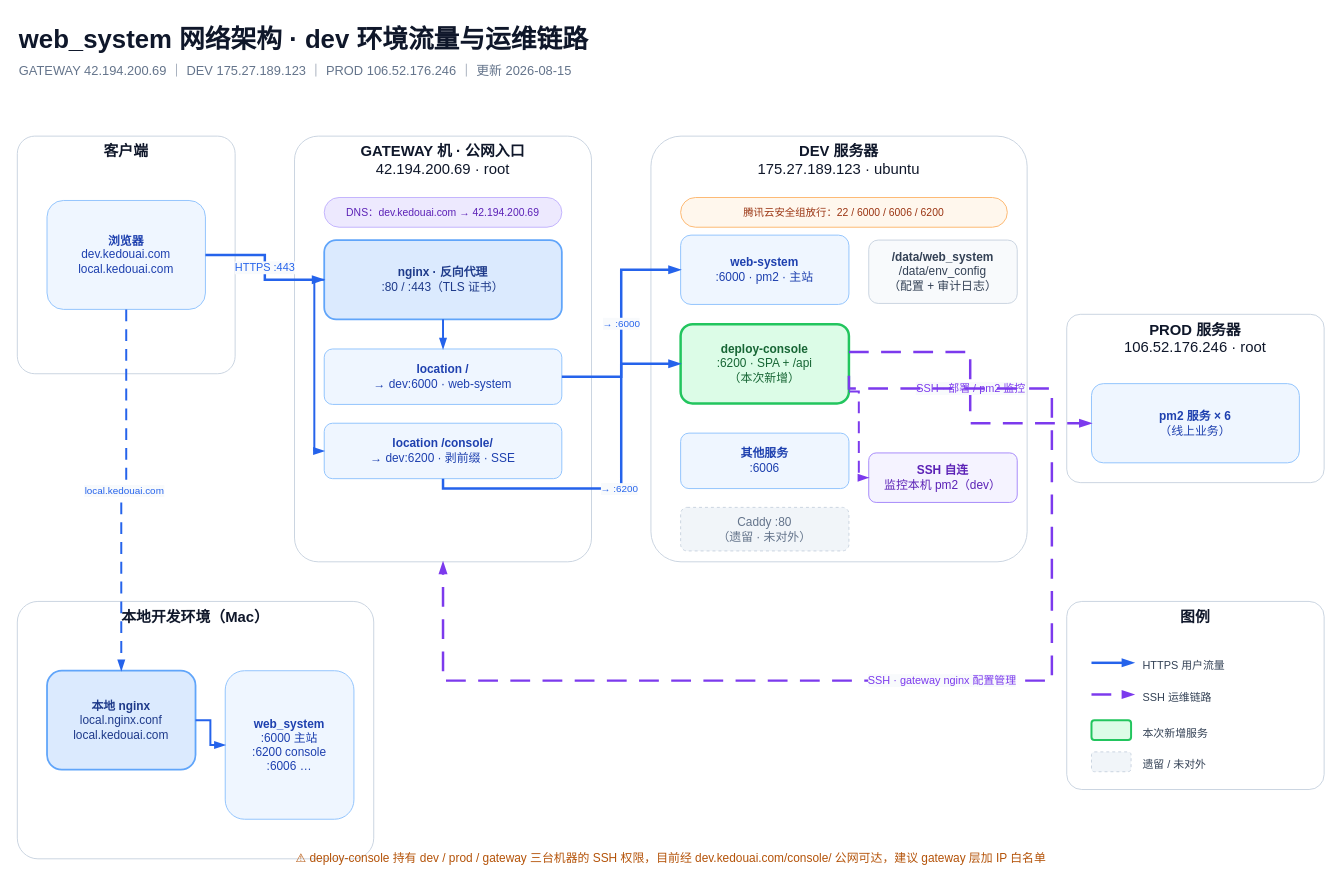
Earlier version of the draw.io diagram docs/architecture/kedou-network-architecture.drawio (web5/web_system). Source tidied: cells renumbered, new cells numbered last; positions are measured from the earlier drawing's top-left corner, leaving out a move shared by most shapes. Both pictures are drawn from the tidied source at 99%, with x=0, y=0 at pixel (17, 17).
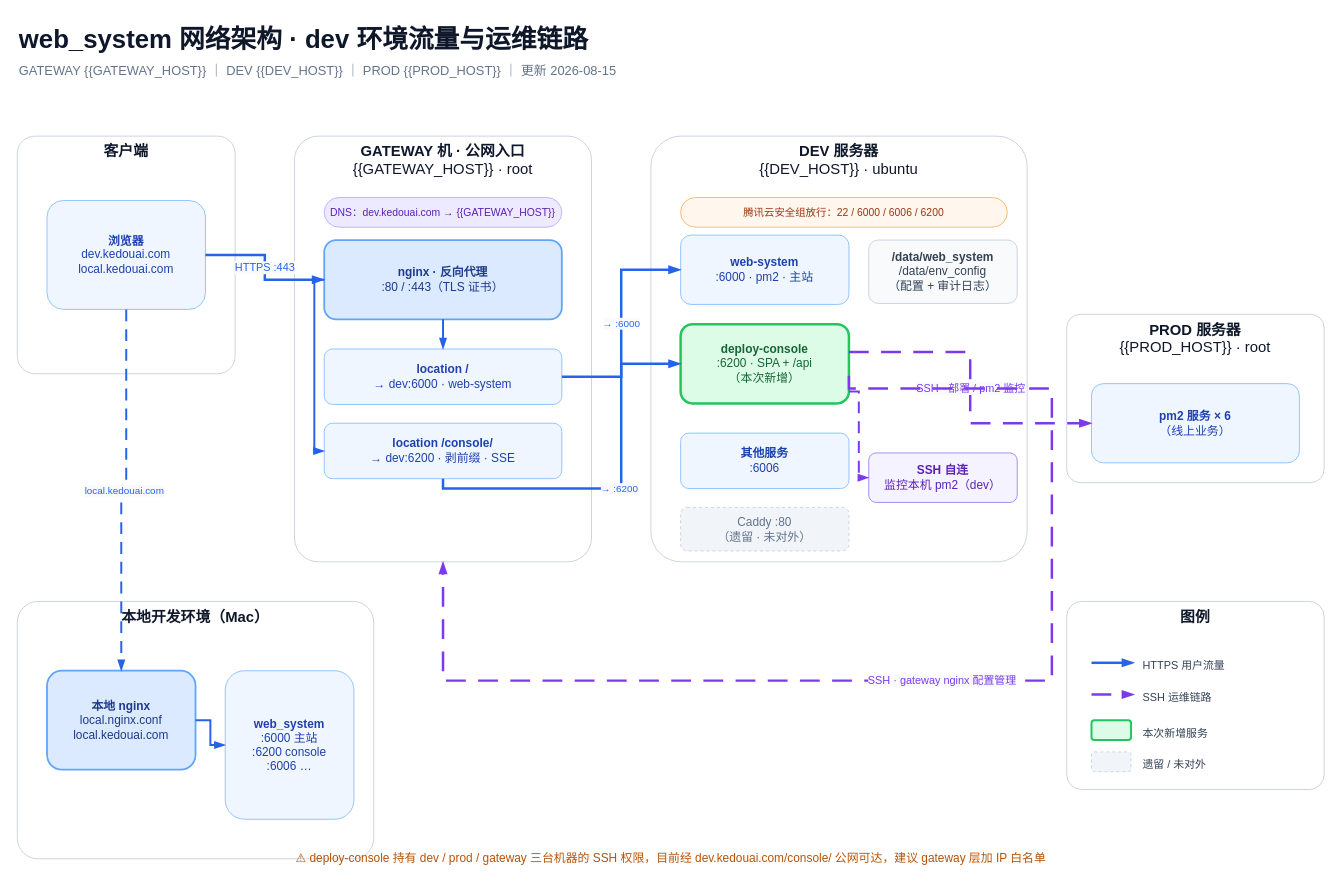
Above is the later version.

The edit, as a diff of the source:
```diff
@@
-    <mxCell id="3" value="GATEWAY 42.194.200.69 ｜ DEV 175.27.189.123 ｜ PROD 106.52.176.246 ｜ 更新 2026-08-15" style="text;html=1;fontSize=13;fontColor=#64748B;" parent="1" vertex="1">
+    <mxCell id="3" value="GATEWAY {{GATEWAY_HOST}} ｜ DEV {{DEV_HOST}} ｜ PROD {{PROD_HOST}} ｜ 更新 2026-08-15" style="text;html=1;fontSize=13;fontColor=#64748B;" parent="1" vertex="1">
       <mxGeometry y="40" width="800" height="24" as="geometry" />
     </mxCell>
@@
-    <mxCell id="6" value="&lt;b&gt;GATEWAY 机 · 公网入口&lt;/b&gt;&lt;br&gt;42.194.200.69 · root" style="rounded=1;whiteSpace=wrap;html=1;fillColor=#FFFFFF;strokeColor=#CBD5E1;verticalAlign=top;fontSize=15;fontColor=#0F172A;arcSize=8;" parent="1" vertex="1">
+    <mxCell id="6" value="&lt;b&gt;GATEWAY 机 · 公网入口&lt;/b&gt;&lt;br&gt;{{GATEWAY_HOST}} · root" style="rounded=1;whiteSpace=wrap;html=1;fillColor=#FFFFFF;strokeColor=#CBD5E1;verticalAlign=top;fontSize=15;fontColor=#0F172A;arcSize=8;" parent="1" vertex="1">
       <mxGeometry x="280" y="120" width="300" height="430" as="geometry" />
     </mxCell>
-    <mxCell id="7" value="DNS：dev.kedouai.com → 42.194.200.69" style="rounded=1;whiteSpace=wrap;html=1;fillColor=#EDE9FE;strokeColor=#C4B5FD;fontColor=#5B21B6;fontSize=10.5;arcSize=50;" parent="1" vertex="1">
+    <mxCell id="7" value="DNS：dev.kedouai.com → {{GATEWAY_HOST}}" style="rounded=1;whiteSpace=wrap;html=1;fillColor=#EDE9FE;strokeColor=#C4B5FD;fontColor=#5B21B6;fontSize=10.5;arcSize=50;" parent="1" vertex="1">
       <mxGeometry x="310" y="182" width="240" height="30" as="geometry" />
     </mxCell>
@@
-    <mxCell id="13" value="&lt;b&gt;DEV 服务器&lt;/b&gt;&lt;br&gt;175.27.189.123 · ubuntu" style="rounded=1;whiteSpace=wrap;html=1;fillColor=#FFFFFF;strokeColor=#CBD5E1;verticalAlign=top;fontSize=15;fontColor=#0F172A;arcSize=8;" parent="1" vertex="1">
+    <mxCell id="13" value="&lt;b&gt;DEV 服务器&lt;/b&gt;&lt;br&gt;{{DEV_HOST}} · ubuntu" style="rounded=1;whiteSpace=wrap;html=1;fillColor=#FFFFFF;strokeColor=#CBD5E1;verticalAlign=top;fontSize=15;fontColor=#0F172A;arcSize=8;" parent="1" vertex="1">
       <mxGeometry x="640" y="120" width="380" height="430" as="geometry" />
     </mxCell>
@@
-    <mxCell id="21" value="&lt;b&gt;PROD 服务器&lt;/b&gt;&lt;br&gt;106.52.176.246 · root" style="rounded=1;whiteSpace=wrap;html=1;fillColor=#FFFFFF;strokeColor=#CBD5E1;verticalAlign=top;fontSize=15;fontColor=#0F172A;arcSize=8;" parent="1" vertex="1">
+    <mxCell id="21" value="&lt;b&gt;PROD 服务器&lt;/b&gt;&lt;br&gt;{{PROD_HOST}} · root" style="rounded=1;whiteSpace=wrap;html=1;fillColor=#FFFFFF;strokeColor=#CBD5E1;verticalAlign=top;fontSize=15;fontColor=#0F172A;arcSize=8;" parent="1" vertex="1">
       <mxGeometry x="1060" y="300" width="260" height="170" as="geometry" />
     </mxCell>
```
